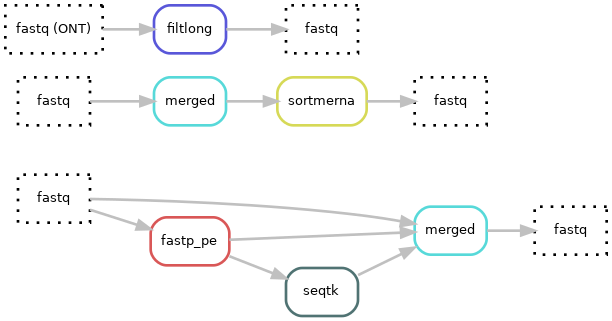
Above: docs/images/all.png in hydra-genetics/prealignment (Graphviz), before the change. Its source is kept beside it as docs/images/all.dot. Source of this version:
```dot
digraph snakemake_dag {
	rankdir=LR;
    graph[bgcolor=white, margin=0];
    node[shape=box, style=rounded, fontname=sans,                 fontsize=10, penwidth=2];
    edge[penwidth=2, color=grey];
	0[label = "fastq", color = "0.0 0.0 0.0", style="dotted"];
	20[label = "fastq", color = "0.0 0.0 0.0", style="dotted"];
	10[label = "fastq", color = "0.0 0.0 0.0", style="dotted"];
	11[label = "fastq", color = "0.0 0.0 0.0", style="dotted"];
	1[label = "merged", color = "0.50 0.6 0.85", style="rounded"];
	21[label = "merged", color = "0.50 0.6 0.85", style="rounded"];
	2[label = "fastp_pe", color = "0.00 0.6 0.85", style="rounded"];
	4[label = "seqtk", color = "0.50 0.3 0.45", style="rounded"];
	3[label = "sortmerna", color = "0.17 0.6 0.85", style="rounded"];
	30[label = "fastq (ONT)", color = "0.0 0.0 0.0", style="dotted"];
	31[label = "fastq", color = "0.0 0.0 0.0", style="dotted"];
	5[label = "filtlong", color = "0.67 0.6 0.85", style="rounded"];
	0 -> 2
	0 -> 1
	2 -> 1
	2 -> 4
	4 -> 1
	1 -> 10
	20 -> 21
	21 -> 3
	3 -> 11
	30 -> 5
	5 -> 31
}
```
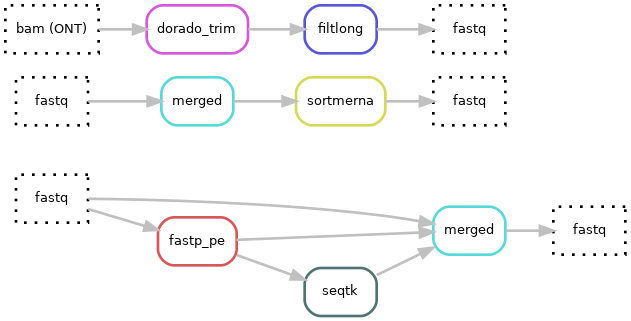
After the commit.

The edit, as a diff of the source:
```diff
@@ -12,8 +12,9 @@
 	2[label = "fastp_pe", color = "0.00 0.6 0.85", style="rounded"];
 	4[label = "seqtk", color = "0.50 0.3 0.45", style="rounded"];
 	3[label = "sortmerna", color = "0.17 0.6 0.85", style="rounded"];
-	30[label = "fastq (ONT)", color = "0.0 0.0 0.0", style="dotted"];
+	30[label = "bam (ONT)", color = "0.0 0.0 0.0", style="dotted"];
 	31[label = "fastq", color = "0.0 0.0 0.0", style="dotted"];
+	6[label = "dorado_trim", color = "0.83 0.6 0.85", style="rounded"];
 	5[label = "filtlong", color = "0.67 0.6 0.85", style="rounded"];
 	0 -> 2
 	0 -> 1
@@ -24,6 +25,7 @@
 	20 -> 21
 	21 -> 3
 	3 -> 11
-	30 -> 5
+	30 -> 6
+	6 -> 5
 	5 -> 31
 }
```
